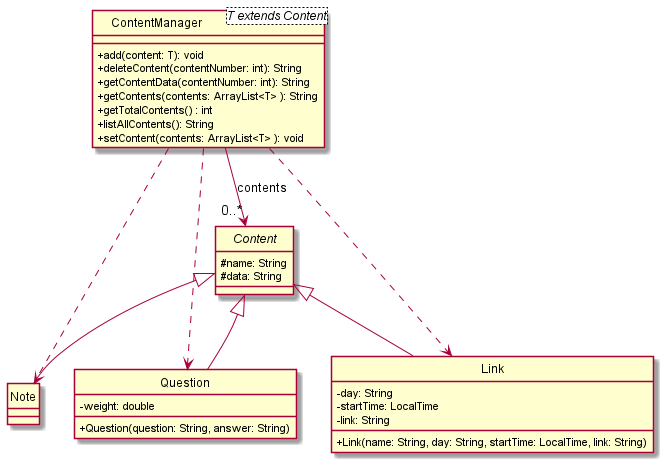
Before: docs/attachments/Content.png, a diagram exported from PlantUML (nus-cs2113-AY2122S1/tp).
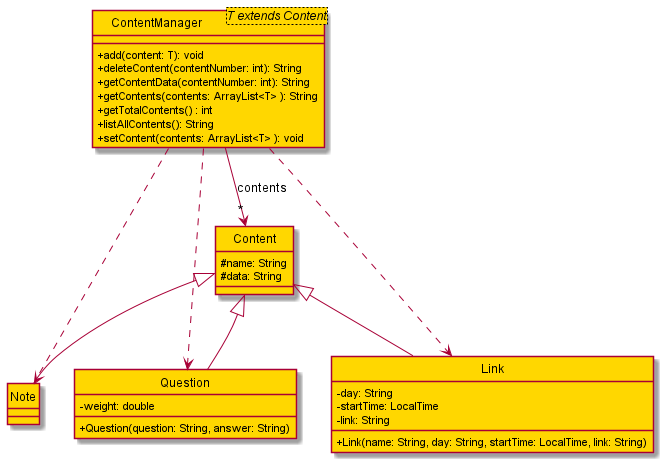
Above is the later version.

Diff of the diagram source:
```diff
@@ -1,19 +1,18 @@
 @startuml
-skinparam classAttributeIconSize 0
-hide circle
+!include ClassStyle.puml
 
 Content <|-- Note
 Content <|-- Link
 Content <|-- Question
 
-ContentManager  --> "0..*" Content : contents
+ContentManager  --> "*" Content : contents
 ContentManager ..>  Note
 ContentManager ..>  Link
 ContentManager ..> Question
 
 
 !startsub CONTENTMANAGER
-class ContentManager <T extends Content> {
+class ContentManager <T extends Content> CONTENT_COLOR {
   + add(content: T): void
   + deleteContent(contentNumber: int): String
   + getContentData(contentNumber: int): String
@@ -23,21 +22,22 @@
   + setContent(contents: ArrayList<T> ): void
 }
 !endsub
-abstract class "{abstract}\nContent" as Content {
+
+class "{abstract}\nContent" as Content CONTENT_COLOR {
   # name: String
   # data: String
 }
 
-class Link {
+class Link CONTENT_COLOR {
   - day: String
   - startTime: LocalTime
   - link: String
   + Link(name: String, day: String, startTime: LocalTime, link: String)
 }
 
-class Note
+class Note CONTENT_COLOR
 
-class Question {
+class Question CONTENT_COLOR {
    - weight: double
    + Question(question: String, answer: String)
 }
```
